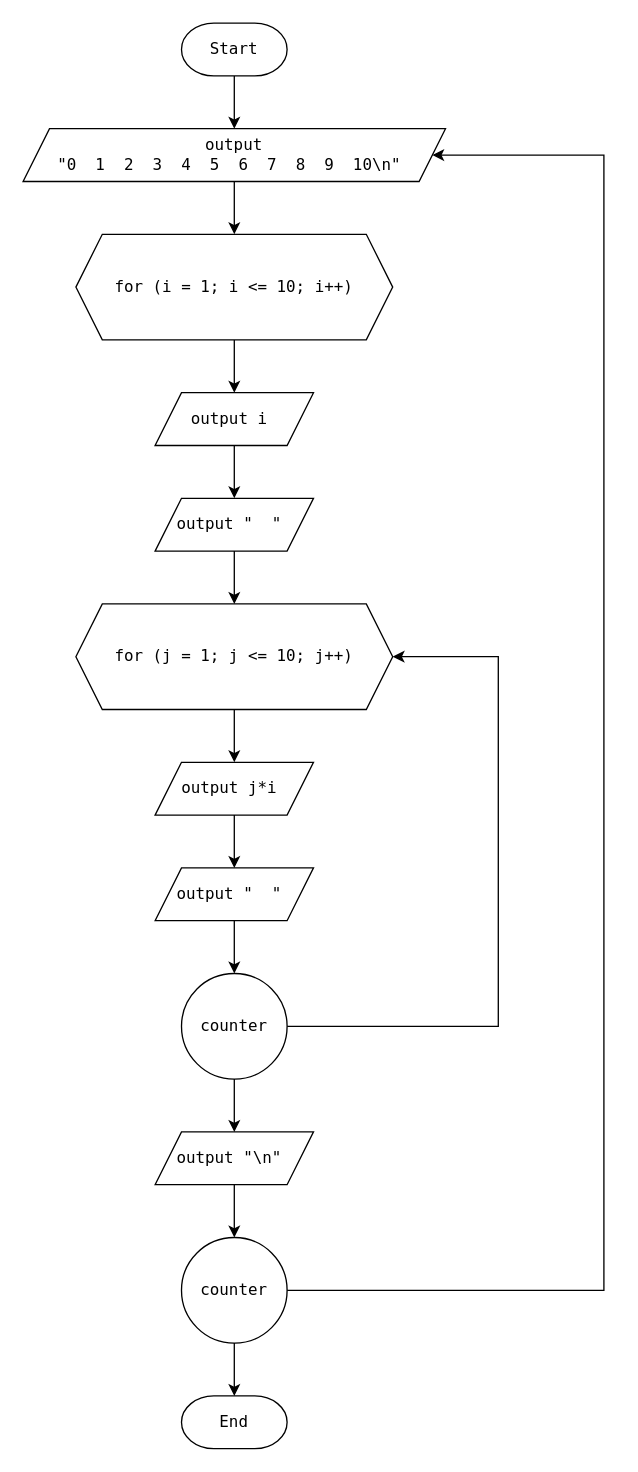
Before: 3. LKM 7/LKM PD 7.drawio in merizqiardi/Tugas-Perulangan, a draw.io diagram. Source tidied: cells renumbered, new cells numbered last; positions are measured from the earlier drawing's top-left corner, leaving out a move shared by most shapes. Both pictures are drawn from the tidied source at 132%, with x=0, y=0 at pixel (22, 22).
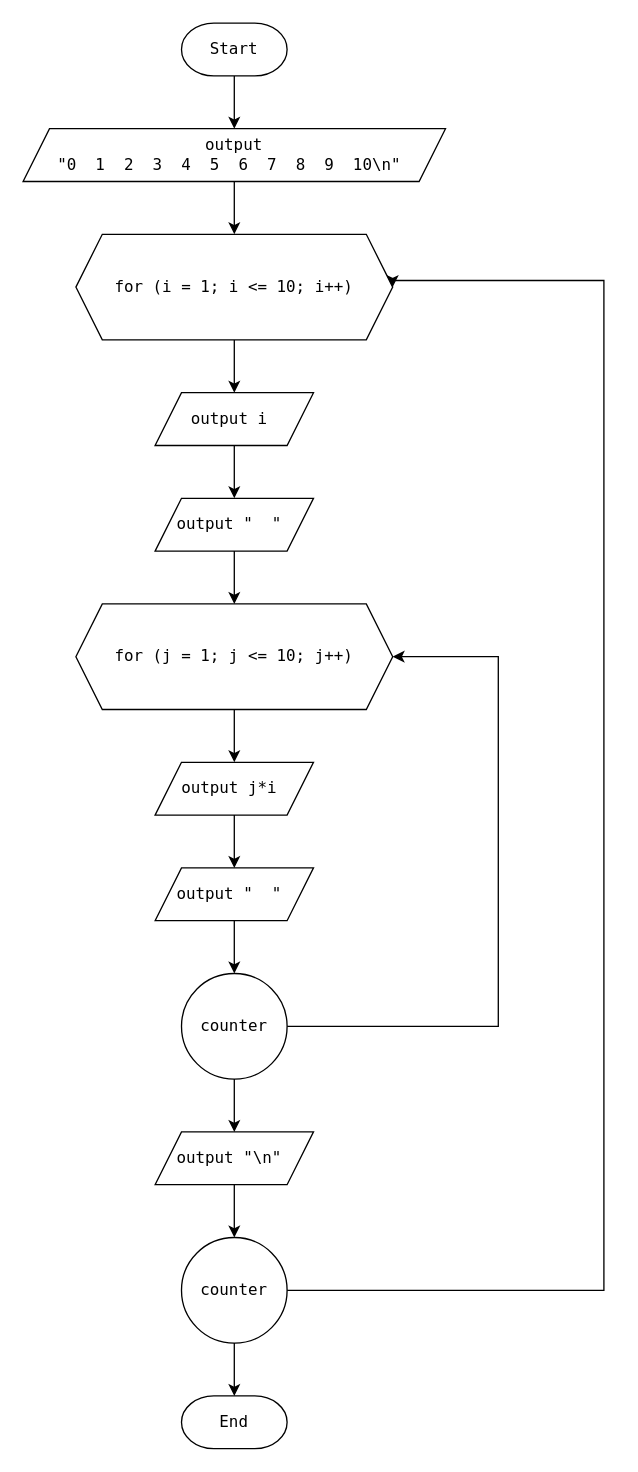
After the change.

The change refers to these unchanged cells:
```xml
<mxCell id="5" value="for (i = 1; i &amp;lt;= 10; i++)" style="shape=hexagon;perimeter=hexagonPerimeter2;whiteSpace=wrap;html=1;fixedSize=1;strokeWidth=1;fontFamily=Lucida Console;" parent="1" vertex="1">
  <mxGeometry x="40" y="160" width="240" height="80" as="geometry" />
</mxCell>
<mxCell id="17" value="output&lt;br&gt;&quot;0&amp;nbsp; 1&amp;nbsp; 2&amp;nbsp; 3&amp;nbsp; 4&amp;nbsp; 5&amp;nbsp; 6&amp;nbsp; 7&amp;nbsp; 8&amp;nbsp; 9&amp;nbsp; 10\n&quot;&amp;nbsp;" style="shape=parallelogram;perimeter=parallelogramPerimeter;whiteSpace=wrap;html=1;fixedSize=1;strokeWidth=1;fontFamily=Lucida Console;" parent="1" vertex="1">
  <mxGeometry y="80" width="320" height="40" as="geometry" />
</mxCell>
<mxCell id="25" value="counter" style="ellipse;whiteSpace=wrap;html=1;fontFamily=Lucida Console;strokeWidth=1;" parent="1" vertex="1">
  <mxGeometry x="120" y="920" width="80" height="80" as="geometry" />
</mxCell>
```

Diff of the diagram source:
```diff
@@
-    <mxCell id="23" style="edgeStyle=orthogonalEdgeStyle;rounded=0;jettySize=auto;html=1;entryX=1;entryY=0.5;entryDx=0;entryDy=0;fontFamily=Lucida Console;" parent="1" edge="1" source="25" target="17">
+    <mxCell id="23" style="edgeStyle=orthogonalEdgeStyle;rounded=0;jettySize=auto;html=1;entryX=1;entryY=0.5;entryDx=0;entryDy=0;fontFamily=Lucida Console;" parent="1" edge="1" source="25" target="5">
       <mxGeometry relative="1" as="geometry">
         <Array as="points">
           <mxPoint x="440" y="960" />
-          <mxPoint x="440" y="100" />
+          <mxPoint x="440" y="195" />
+          <mxPoint x="280" y="195" />
         </Array>
       </mxGeometry>
     </mxCell>
```
